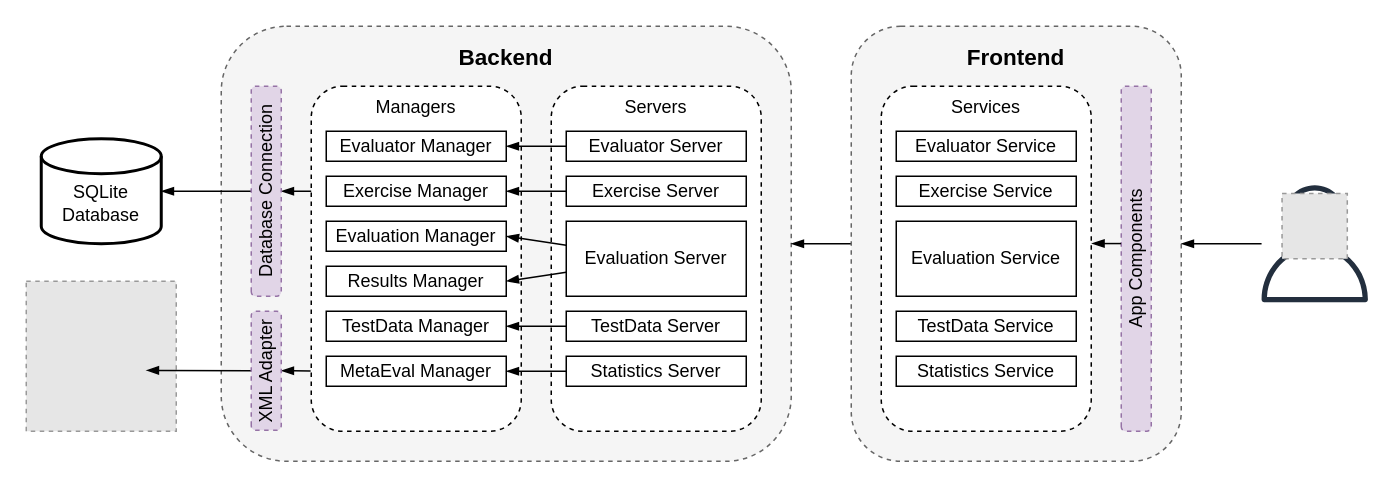
Above: doc/graphics/ImplementationEntities.drawio in PDT42/bachelor-quality-testing-inloom (draw.io), before the change. Source tidied: cells renumbered, new cells numbered last; positions are measured from the earlier drawing's top-left corner, leaving out a move shared by most shapes. Both pictures are drawn from the tidied source at 150%, with x=0, y=0 at pixel (26, 26). Pictures stored in the file or linked from it are replaced by grey dashed boxes.
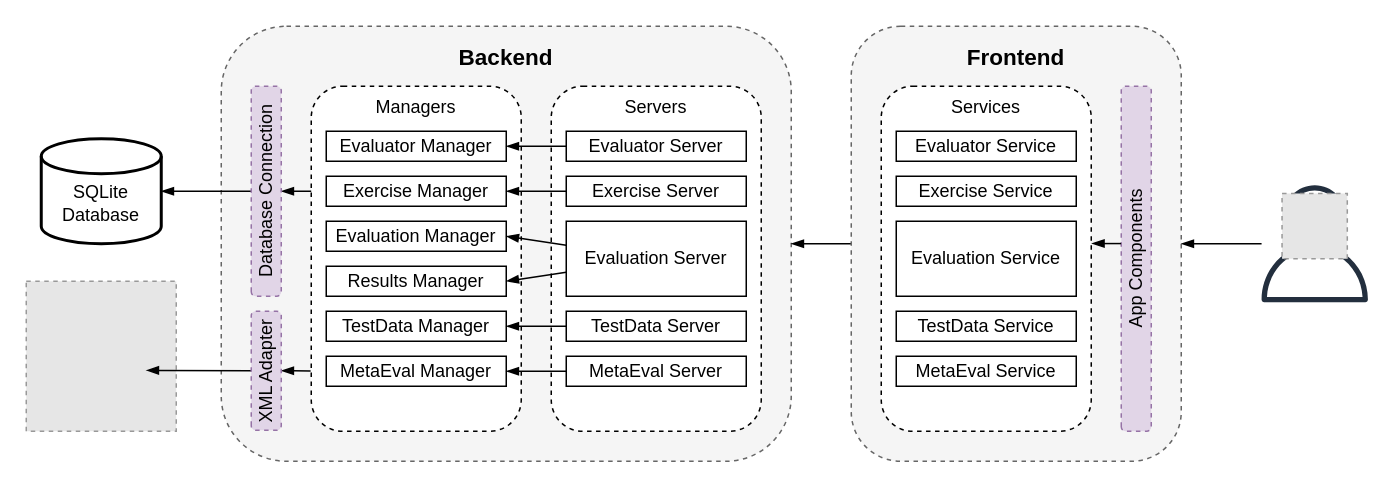
Above is the later version.

Change to the diagram source:
```diff
@@
-    <mxCell id="25" value="Statistics Server" style="rounded=0;whiteSpace=wrap;html=1;" parent="1" vertex="1">
+    <mxCell id="25" value="MetaEval Server" style="rounded=0;whiteSpace=wrap;html=1;" parent="1" vertex="1">
       <mxGeometry x="360" y="220" width="120" height="20" as="geometry" />
     </mxCell>
@@
-    <mxCell id="34" value="Statistics Service" style="rounded=0;whiteSpace=wrap;html=1;" parent="1" vertex="1">
+    <mxCell id="34" value="MetaEval Service" style="rounded=0;whiteSpace=wrap;html=1;" parent="1" vertex="1">
       <mxGeometry x="580" y="220" width="120" height="20" as="geometry" />
     </mxCell>
```
